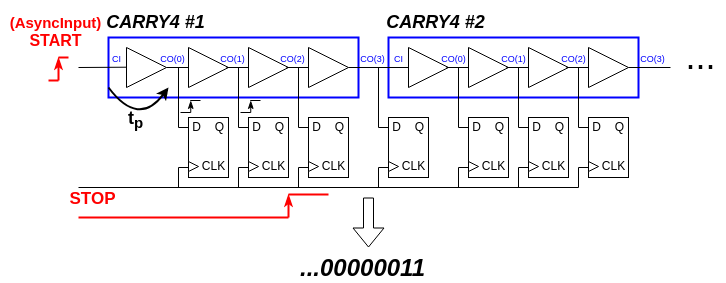
This is 3.Main-Work/images/carry-tdl.png from mconsonni96/Tesi, a draw.io export, as it was before one commit. Source tidied: cells renumbered, new cells last; positions are measured from the earlier drawing's top-left corner, leaving out a move shared by most shapes.
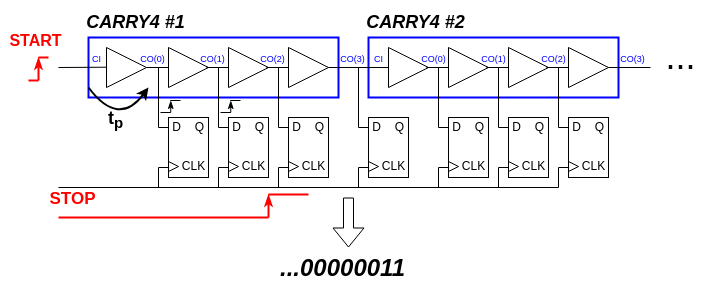
Later version of the same file.

The edit, as a diff of the source:
```diff
@@ -454,9 +454,6 @@
         <mxPoint x="260" y="100" as="targetPoint" />
       </mxGeometry>
     </mxCell>
-    <mxCell id="108" value="&lt;font size=&quot;1&quot;&gt;&lt;b style=&quot;font-size: 15px&quot;&gt;(AsyncInput)&lt;/b&gt;&lt;/font&gt;" style="text;html=1;align=center;verticalAlign=middle;fillColor=none;strokeColor=none;rounded=0;fontSize=9;fontColor=#FF0000;" parent="1" vertex="1">
-      <mxGeometry y="12" width="110" height="20" as="geometry" />
-    </mxCell>
     <mxCell id="109" style="curved=1;endArrow=classic;html=1;fontColor=#000000;strokeColor=#000000;strokeWidth=2;" parent="1" edge="1">
       <mxGeometry relative="1" as="geometry">
         <mxPoint x="108" y="87" as="sourcePoint" />
```
